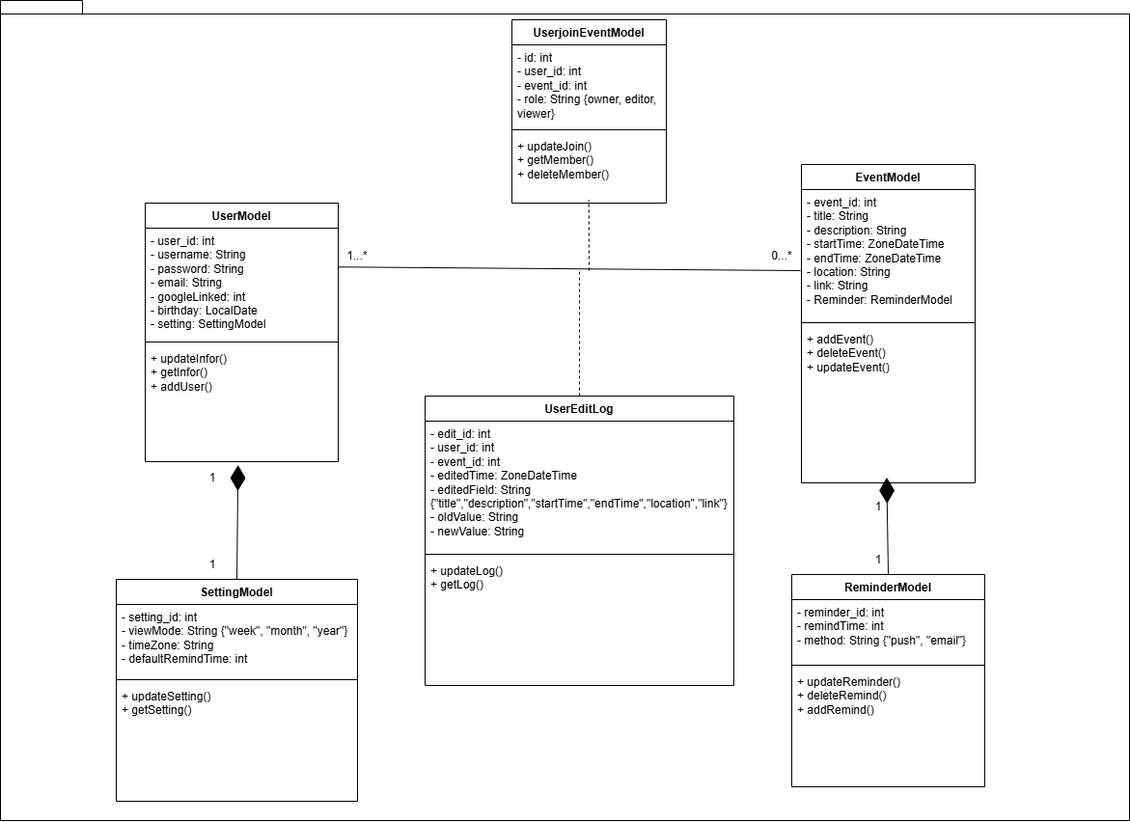
This is Class diagram/Model/model.drawio.png from brown2004/PTTKHT-project, a draw.io export, as it was before one commit. Source tidied: cells renumbered, new cells last; positions are measured from the earlier drawing's top-left corner, leaving out a move shared by most shapes.
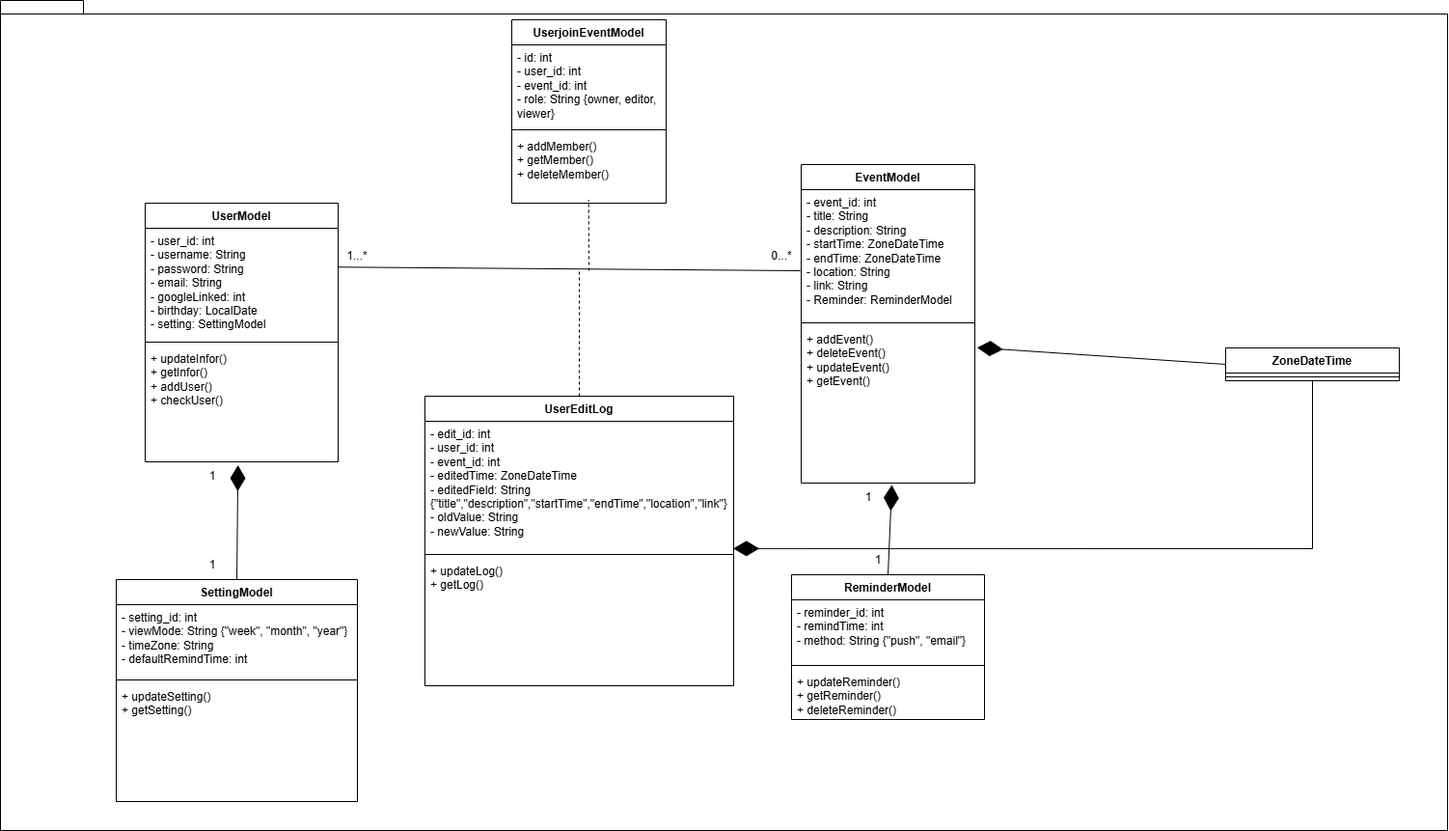
The same file after the commit.

Diff of the diagram source:
```diff
@@ -3,7 +3,7 @@
     <mxCell id="0" />
     <mxCell id="1" parent="0" />
     <mxCell id="2" style="shape=folder;fontStyle=1;spacingTop=10;tabWidth=40;tabHeight=14;tabPosition=left;html=1;whiteSpace=wrap;" parent="1" vertex="1">
-      <mxGeometry width="1170" height="850" as="geometry" />
+      <mxGeometry width="1500" height="860" as="geometry" />
     </mxCell>
     <mxCell id="3" value="UserModel" style="swimlane;fontStyle=1;align=center;verticalAlign=top;horizontal=1;startSize=26;whiteSpace=wrap;html=1;" parent="1" vertex="1">
       <mxGeometry x="150" y="210" width="200" height="268" as="geometry" />
@@ -14,7 +14,7 @@
     <mxCell id="5" style="line;strokeWidth=1;fillColor=none;align=left;verticalAlign=middle;spacingTop=-1;spacingLeft=3;spacingRight=3;labelPosition=right;strokeColor=inherit;" parent="3" vertex="1">
       <mxGeometry y="140" width="200" height="8" as="geometry" />
     </mxCell>
-    <mxCell id="6" value="+ updateInfor()&lt;div&gt;+ getInfor()&lt;/div&gt;&lt;div&gt;+ addUser()&lt;/div&gt;&lt;div&gt;&lt;br&gt;&lt;div&gt;&lt;br&gt;&lt;/div&gt;&lt;div&gt;&lt;br&gt;&lt;/div&gt;&lt;div&gt;&lt;br&gt;&lt;/div&gt;&lt;/div&gt;" style="text;strokeColor=none;fillColor=none;align=left;verticalAlign=top;spacingLeft=4;spacingRight=4;overflow=hidden;points=[[0,0.5],[1,0.5]];portConstraint=eastwest;whiteSpace=wrap;html=1;" parent="3" vertex="1">
+    <mxCell id="6" value="+ updateInfor()&lt;div&gt;+ getInfor()&lt;/div&gt;&lt;div&gt;+ addUser()&lt;/div&gt;&lt;div&gt;+ checkUser()&lt;/div&gt;&lt;div&gt;&lt;br&gt;&lt;div&gt;&lt;br&gt;&lt;/div&gt;&lt;div&gt;&lt;br&gt;&lt;/div&gt;&lt;div&gt;&lt;br&gt;&lt;/div&gt;&lt;/div&gt;" style="text;strokeColor=none;fillColor=none;align=left;verticalAlign=top;spacingLeft=4;spacingRight=4;overflow=hidden;points=[[0,0.5],[1,0.5]];portConstraint=eastwest;whiteSpace=wrap;html=1;" parent="3" vertex="1">
       <mxGeometry y="148" width="200" height="120" as="geometry" />
     </mxCell>
     <mxCell id="7" value="SettingModel" style="swimlane;fontStyle=1;align=center;verticalAlign=top;horizontal=1;startSize=26;whiteSpace=wrap;html=1;" parent="1" vertex="1">
@@ -26,7 +26,7 @@
     <mxCell id="9" style="line;strokeWidth=1;fillColor=none;align=left;verticalAlign=middle;spacingTop=-1;spacingLeft=3;spacingRight=3;labelPosition=right;strokeColor=inherit;" parent="7" vertex="1">
       <mxGeometry y="100" width="250" height="8" as="geometry" />
     </mxCell>
-    <mxCell id="10" value="+ updateSetting()&lt;div&gt;+ getSetting()&lt;/div&gt;&lt;div&gt;&lt;br&gt;&lt;/div&gt;" style="text;strokeColor=none;fillColor=none;align=left;verticalAlign=top;spacingLeft=4;spacingRight=4;overflow=hidden;whiteSpace=wrap;html=1;" parent="7" vertex="1">
+    <mxCell id="10" value="+ updateSetting()&lt;div&gt;+ getSetting()&lt;/div&gt;" style="text;strokeColor=none;fillColor=none;align=left;verticalAlign=top;spacingLeft=4;spacingRight=4;overflow=hidden;whiteSpace=wrap;html=1;" parent="7" vertex="1">
       <mxGeometry y="108" width="250" height="122" as="geometry" />
     </mxCell>
     <mxCell id="11" value="EventModel" style="swimlane;fontStyle=1;align=center;verticalAlign=top;horizontal=1;startSize=26;whiteSpace=wrap;html=1;" parent="1" vertex="1">
@@ -38,20 +38,20 @@
     <mxCell id="13" style="line;strokeWidth=1;fillColor=none;align=left;verticalAlign=middle;spacingTop=-1;spacingLeft=3;spacingRight=3;labelPosition=right;strokeColor=inherit;" parent="11" vertex="1">
       <mxGeometry y="160" width="180" height="8" as="geometry" />
     </mxCell>
-    <mxCell id="14" value="&lt;div&gt;+ addEvent()&lt;/div&gt;&lt;div&gt;+ deleteEvent()&lt;/div&gt;&lt;div&gt;+ updateEvent()&lt;/div&gt;" style="text;strokeColor=none;fillColor=none;align=left;verticalAlign=top;spacingLeft=4;spacingRight=4;overflow=hidden;points=[[0,0.5],[1,0.5]];portConstraint=eastwest;whiteSpace=wrap;html=1;" parent="11" vertex="1">
+    <mxCell id="14" value="&lt;div&gt;+ addEvent()&lt;/div&gt;&lt;div&gt;+ deleteEvent()&lt;/div&gt;&lt;div&gt;+ updateEvent()&lt;/div&gt;&lt;div&gt;+ getEvent()&lt;/div&gt;" style="text;strokeColor=none;fillColor=none;align=left;verticalAlign=top;spacingLeft=4;spacingRight=4;overflow=hidden;points=[[0,0.5],[1,0.5]];portConstraint=eastwest;whiteSpace=wrap;html=1;" parent="11" vertex="1">
       <mxGeometry y="168" width="180" height="162" as="geometry" />
     </mxCell>
     <mxCell id="15" value="ReminderModel" style="swimlane;fontStyle=1;align=center;verticalAlign=top;horizontal=1;startSize=26;whiteSpace=wrap;html=1;" parent="1" vertex="1">
-      <mxGeometry x="820" y="595" width="200" height="220" as="geometry" />
+      <mxGeometry x="820" y="595" width="200" height="150" as="geometry" />
     </mxCell>
-    <mxCell id="16" value="- reminder_id: int&lt;div&gt;- remindTime: int&lt;/div&gt;&lt;div&gt;- method: String {&quot;push&quot;, &quot;email&quot;}&lt;/div&gt;&lt;div&gt;&lt;br&gt;&lt;/div&gt;&lt;div&gt;&lt;br&gt;&lt;/div&gt;" style="text;strokeColor=none;fillColor=none;align=left;verticalAlign=top;spacingLeft=4;spacingRight=4;overflow=hidden;whiteSpace=wrap;html=1;" parent="15" vertex="1">
+    <mxCell id="16" value="- reminder_id: int&lt;div&gt;- remindTime: int&lt;/div&gt;&lt;div&gt;- method: String {&quot;push&quot;, &quot;email&quot;}&lt;/div&gt;&lt;div&gt;&lt;br&gt;&lt;/div&gt;" style="text;strokeColor=none;fillColor=none;align=left;verticalAlign=top;spacingLeft=4;spacingRight=4;overflow=hidden;whiteSpace=wrap;html=1;" parent="15" vertex="1">
       <mxGeometry y="26" width="200" height="64" as="geometry" />
     </mxCell>
     <mxCell id="17" style="line;strokeWidth=1;fillColor=none;align=left;verticalAlign=middle;spacingTop=-1;spacingLeft=3;spacingRight=3;labelPosition=right;strokeColor=inherit;" parent="15" vertex="1">
       <mxGeometry y="90" width="200" height="8" as="geometry" />
     </mxCell>
-    <mxCell id="18" value="+ updateReminder()&lt;div&gt;+ deleteRemind()&lt;/div&gt;&lt;div&gt;+ addRemind()&lt;/div&gt;" style="text;strokeColor=none;fillColor=none;align=left;verticalAlign=top;spacingLeft=4;spacingRight=4;overflow=hidden;whiteSpace=wrap;html=1;" parent="15" vertex="1">
-      <mxGeometry y="98" width="200" height="122" as="geometry" />
+    <mxCell id="18" value="+ updateReminder()&lt;div&gt;+ getReminder()&lt;/div&gt;&lt;div&gt;+ deleteReminder()&lt;/div&gt;" style="text;strokeColor=none;fillColor=none;align=left;verticalAlign=top;spacingLeft=4;spacingRight=4;overflow=hidden;whiteSpace=wrap;html=1;" parent="15" vertex="1">
+      <mxGeometry y="98" width="200" height="52" as="geometry" />
     </mxCell>
     <mxCell id="19" value="UserjoinEventModel" style="swimlane;fontStyle=1;align=center;verticalAlign=top;horizontal=1;startSize=26;whiteSpace=wrap;html=1;" parent="1" vertex="1">
       <mxGeometry x="530" y="20" width="160" height="190" as="geometry" />
@@ -62,7 +62,7 @@
     <mxCell id="21" style="line;strokeWidth=1;fillColor=none;align=left;verticalAlign=middle;spacingTop=-1;spacingLeft=3;spacingRight=3;labelPosition=right;strokeColor=inherit;" parent="19" vertex="1">
       <mxGeometry y="110" width="160" height="8" as="geometry" />
     </mxCell>
-    <mxCell id="22" value="+ updateJoin()&lt;div&gt;+ getMember()&lt;/div&gt;&lt;div&gt;+ deleteMember()&lt;/div&gt;&lt;div&gt;&lt;br&gt;&lt;/div&gt;" style="text;strokeColor=none;fillColor=none;align=left;verticalAlign=top;spacingLeft=4;spacingRight=4;overflow=hidden;points=[[0,0.5],[1,0.5]];portConstraint=eastwest;whiteSpace=wrap;html=1;" parent="19" vertex="1">
+    <mxCell id="22" value="+ addMember()&lt;div&gt;+ getMember()&lt;/div&gt;&lt;div&gt;+ deleteMember()&lt;/div&gt;&lt;div&gt;&lt;br&gt;&lt;/div&gt;" style="text;strokeColor=none;fillColor=none;align=left;verticalAlign=top;spacingLeft=4;spacingRight=4;overflow=hidden;points=[[0,0.5],[1,0.5]];portConstraint=eastwest;whiteSpace=wrap;html=1;" parent="19" vertex="1">
       <mxGeometry y="118" width="160" height="72" as="geometry" />
     </mxCell>
     <mxCell id="23" value="UserEditLog" style="swimlane;fontStyle=1;align=center;verticalAlign=top;horizontal=1;startSize=26;whiteSpace=wrap;html=1;" parent="1" vertex="1">
@@ -81,12 +81,12 @@
       <mxGeometry relative="1" as="geometry" />
     </mxCell>
     <mxCell id="28" value="1" style="text;html=1;align=center;verticalAlign=middle;whiteSpace=wrap;rounded=0;" parent="1" vertex="1">
-      <mxGeometry x="190" y="480" width="60" height="30" as="geometry" />
+      <mxGeometry x="190" y="478" width="60" height="30" as="geometry" />
     </mxCell>
     <mxCell id="29" value="1" style="text;html=1;align=center;verticalAlign=middle;whiteSpace=wrap;rounded=0;" parent="1" vertex="1">
       <mxGeometry x="190" y="570" width="60" height="30" as="geometry" />
     </mxCell>
-    <mxCell id="30" style="endArrow=diamondThin;endFill=1;endSize=24;html=1;rounded=0;exitX=0.5;exitY=0;exitDx=0;exitDy=0;entryX=0.491;entryY=0.966;entryDx=0;entryDy=0;entryPerimeter=0;" parent="1" edge="1" source="15" target="14">
+    <mxCell id="30" style="endArrow=diamondThin;endFill=1;endSize=24;html=1;rounded=0;exitX=0.5;exitY=0;exitDx=0;exitDy=0;entryX=0.522;entryY=1.012;entryDx=0;entryDy=0;entryPerimeter=0;" parent="1" edge="1" source="15" target="14">
       <mxGeometry relative="1" as="geometry" />
     </mxCell>
     <mxCell id="31" value="1" style="text;html=1;align=center;verticalAlign=middle;whiteSpace=wrap;rounded=0;" parent="1" vertex="1">
@@ -115,7 +115,23 @@
       </mxGeometry>
     </mxCell>
     <mxCell id="37" value="1" style="text;html=1;align=center;verticalAlign=middle;whiteSpace=wrap;rounded=0;" parent="1" vertex="1">
-      <mxGeometry x="880" y="510" width="60" height="30" as="geometry" />
+      <mxGeometry x="870" y="500" width="60" height="30" as="geometry" />
     </mxCell>
+    <mxCell id="38" value="ZoneDateTime" style="swimlane;fontStyle=1;align=center;verticalAlign=top;horizontal=1;startSize=26;whiteSpace=wrap;html=1;" parent="1" vertex="1">
+      <mxGeometry x="1270" y="360" width="180" height="34" as="geometry" />
+    </mxCell>
+    <mxCell id="39" style="line;strokeWidth=1;fillColor=none;align=left;verticalAlign=middle;spacingTop=-1;spacingLeft=3;spacingRight=3;labelPosition=right;strokeColor=inherit;" parent="38" vertex="1">
+      <mxGeometry y="26" width="180" height="8" as="geometry" />
+    </mxCell>
+    <mxCell id="40" style="endArrow=diamondThin;endFill=1;endSize=24;html=1;rounded=0;entryX=1.013;entryY=0.134;entryDx=0;entryDy=0;entryPerimeter=0;exitX=0;exitY=0.5;exitDx=0;exitDy=0;" parent="1" edge="1" source="38" target="14">
+      <mxGeometry relative="1" as="geometry" />
+    </mxCell>
+    <mxCell id="41" style="endArrow=diamondThin;endFill=1;endSize=24;html=1;rounded=0;exitX=0.5;exitY=1;exitDx=0;exitDy=0;entryX=0.999;entryY=0.984;entryDx=0;entryDy=0;entryPerimeter=0;" parent="1" edge="1" source="38" target="24">
+      <mxGeometry relative="1" as="geometry">
+        <Array as="points">
+          <mxPoint x="1360" y="568" />
+        </Array>
+      </mxGeometry>
+    </mxCell>
   </root>
 </mxGraphModel>
```
